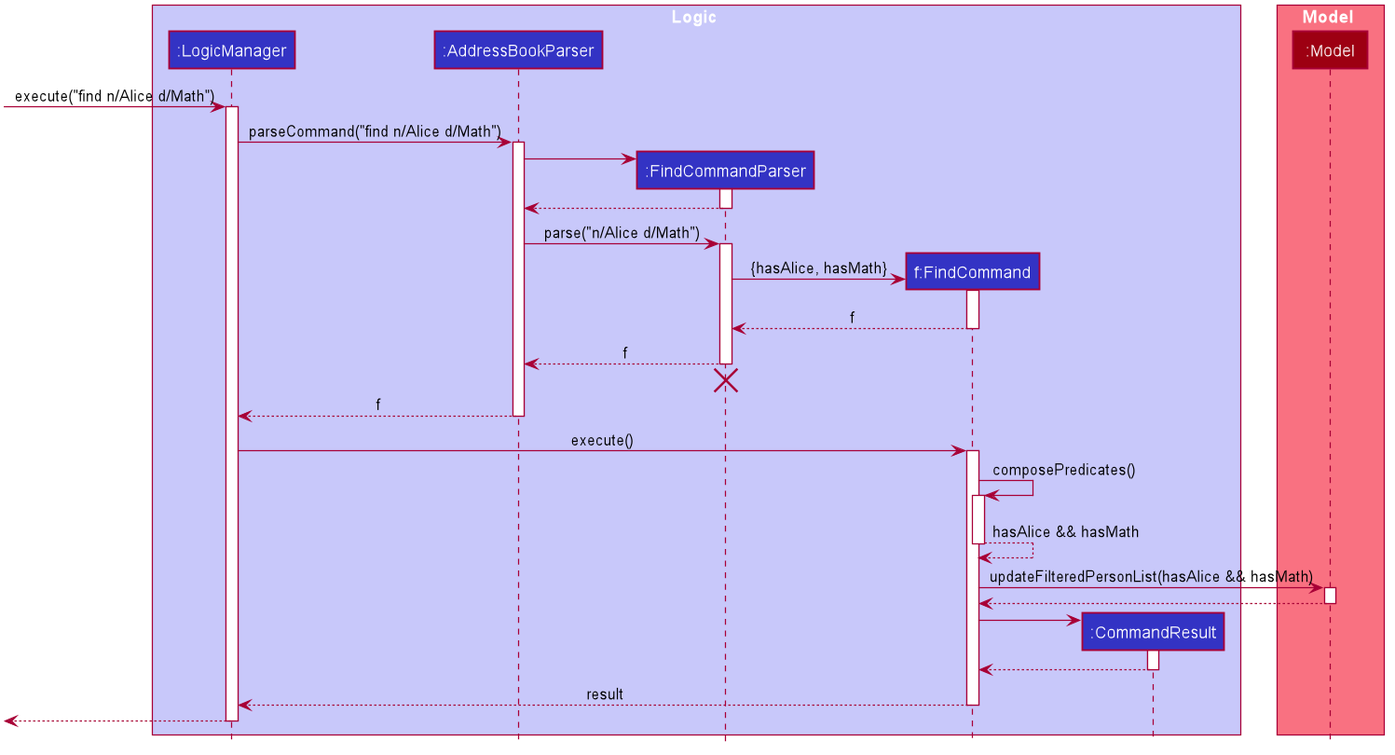
Before: docs/images/FindSequenceDiagram.png, a diagram exported from PlantUML (nus-cs2103-AY2021S1/tp). Source of this version:
```plantuml
@startuml








skinparam BackgroundColor #FFFFFFF

skinparam Shadowing false

skinparam Class {
    FontColor #FFFFFF
    BorderThickness 1
    BorderColor #FFFFFF
    StereotypeFontColor #FFFFFF
    FontName Arial
}

skinparam Actor {
    BorderColor #000000
    Color #000000
    FontName Arial
}

skinparam Sequence {
    MessageAlign center
    BoxFontSize 15
    BoxPadding 0
    BoxFontColor #FFFFFF
    FontName Arial
}

skinparam Participant {
    FontColor #FFFFFFF
    Padding 20
}

skinparam MinClassWidth 50
skinparam ParticipantPadding 10
skinparam Shadowing false
skinparam DefaultTextAlignment center
skinparam packageStyle Rectangle

hide footbox
hide members
hide circle

box Logic #C8C8FA
participant ":LogicManager" as LogicManager #3333C4
participant ":AddressBookParser" as AddressBookParser #3333C4
participant ":FindCommandParser" as FindCommandParser #3333C4
participant "f:FindCommand" as FindCommand #3333C4
participant ":CommandResult" as CommandResult #3333C4
end box

box Model #F97181
participant ":Model" as Model #9D0012
end box

[-> LogicManager : execute("find n/Alice d/Math")
activate LogicManager

LogicManager -> AddressBookParser : parseCommand("find n/Alice d/Math")
activate AddressBookParser

create FindCommandParser
AddressBookParser -> FindCommandParser
activate FindCommandParser

FindCommandParser --> AddressBookParser
deactivate FindCommandParser

AddressBookParser -> FindCommandParser : parse("n/Alice d/Math")
activate FindCommandParser

create FindCommand
FindCommandParser -> FindCommand : {hasAlice, hasMath}
activate FindCommand
FindCommand --> FindCommandParser : f
deactivate FindCommand

FindCommandParser --> AddressBookParser : f
deactivate FindCommandParser
FindCommandParser -[hidden]-> AddressBookParser
destroy FindCommandParser

AddressBookParser --> LogicManager : f
deactivate AddressBookParser

LogicManager -> FindCommand : execute()
activate FindCommand
FindCommand -> FindCommand : composePredicates()
activate FindCommand
FindCommand --> FindCommand : hasAlice && hasMath
deactivate FindCommand

FindCommand -> Model : updateFilteredPersonList(hasAlice && hasMath)
activate Model

Model --> FindCommand
deactivate Model

create CommandResult
FindCommand -> CommandResult
activate CommandResult

CommandResult --> FindCommand
deactivate CommandResult

FindCommand --> LogicManager : result
deactivate FindCommand

[<--LogicManager
deactivate LogicManager
@enduml
```
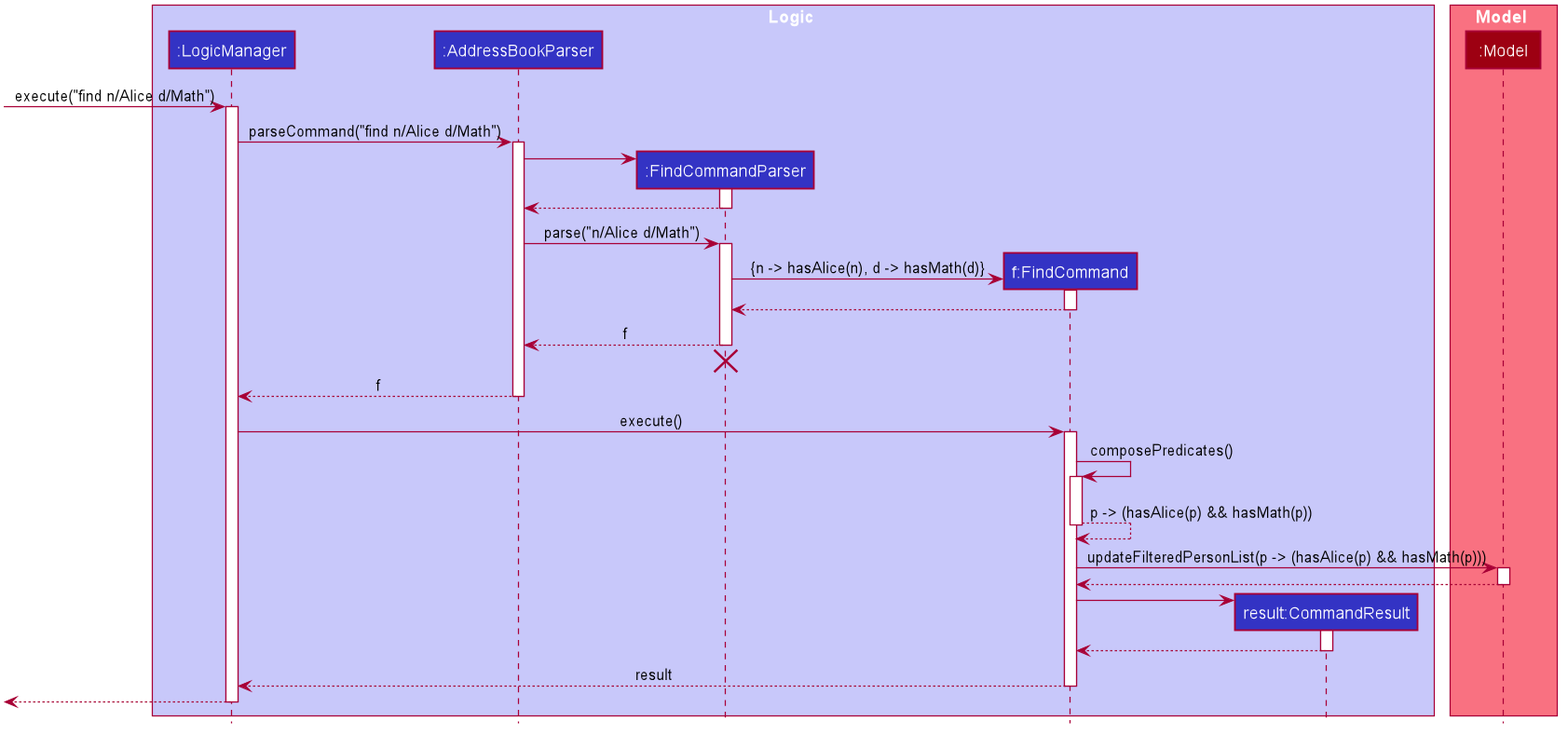
Above is the later version.

Commit message:
Minor changes to sequence diagrams

Change to the diagram source:
```diff
@@ -53,7 +53,7 @@
 participant ":AddressBookParser" as AddressBookParser #3333C4
 participant ":FindCommandParser" as FindCommandParser #3333C4
 participant "f:FindCommand" as FindCommand #3333C4
-participant ":CommandResult" as CommandResult #3333C4
+participant "result:CommandResult" as CommandResult #3333C4
 end box
 
 box Model #F97181
@@ -77,9 +77,9 @@
 activate FindCommandParser
 
 create FindCommand
-FindCommandParser -> FindCommand : {hasAlice, hasMath}
+FindCommandParser -> FindCommand : {n -> hasAlice(n), d -> hasMath(d)}
 activate FindCommand
-FindCommand --> FindCommandParser : f
+FindCommand --> FindCommandParser
 deactivate FindCommand
 
 FindCommandParser --> AddressBookParser : f
@@ -94,10 +94,10 @@
 activate FindCommand
 FindCommand -> FindCommand : composePredicates()
 activate FindCommand
-FindCommand --> FindCommand : hasAlice && hasMath
+FindCommand --> FindCommand : p -> (hasAlice(p) && hasMath(p))
 deactivate FindCommand
 
-FindCommand -> Model : updateFilteredPersonList(hasAlice && hasMath)
+FindCommand -> Model : updateFilteredPersonList(p -> (hasAlice(p) && hasMath(p)))
 activate Model
 
 Model --> FindCommand
```
